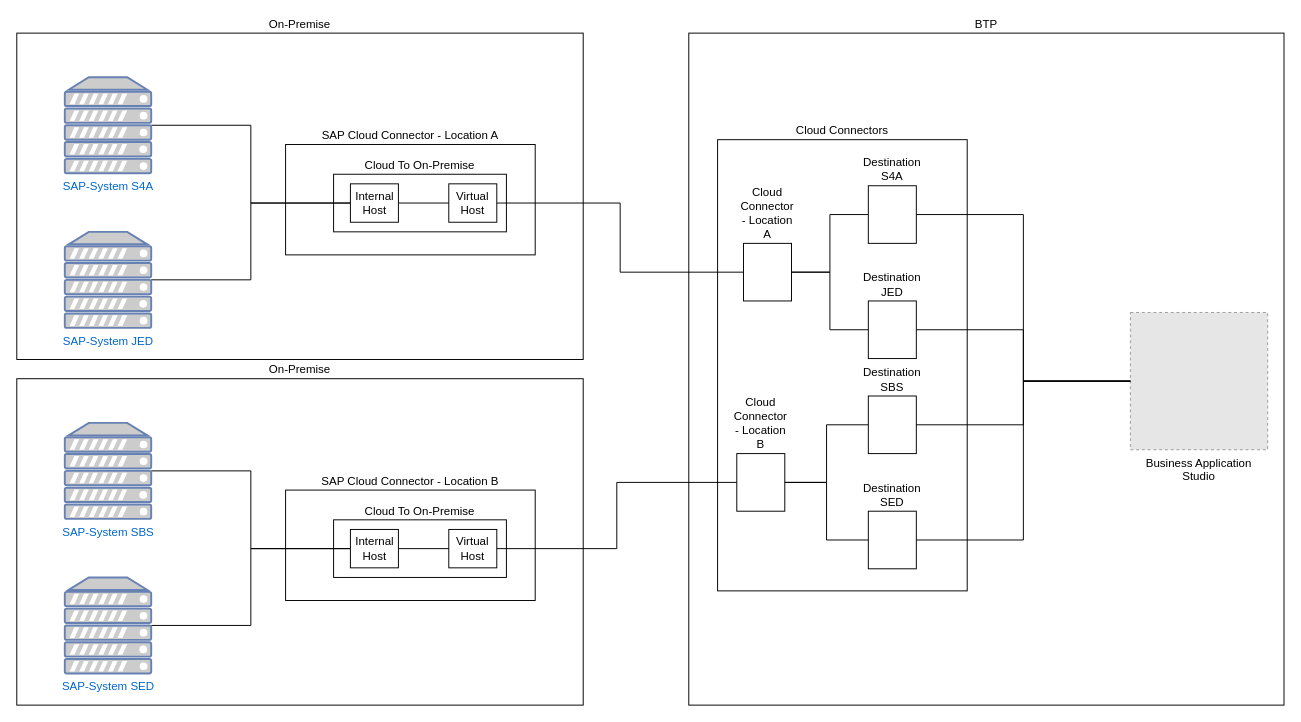
Above: demo/BTP On-Premise Architecture.drawio in lboehm/drawio (draw.io), before the change. Source tidied: cells renumbered, new cells numbered last; positions are measured from the earlier drawing's top-left corner, leaving out a move shared by most shapes. Both pictures are drawn from the tidied source at 96%, with x=0, y=0 at pixel (16, 33). Pictures stored in the file or linked from it are replaced by grey dashed boxes.
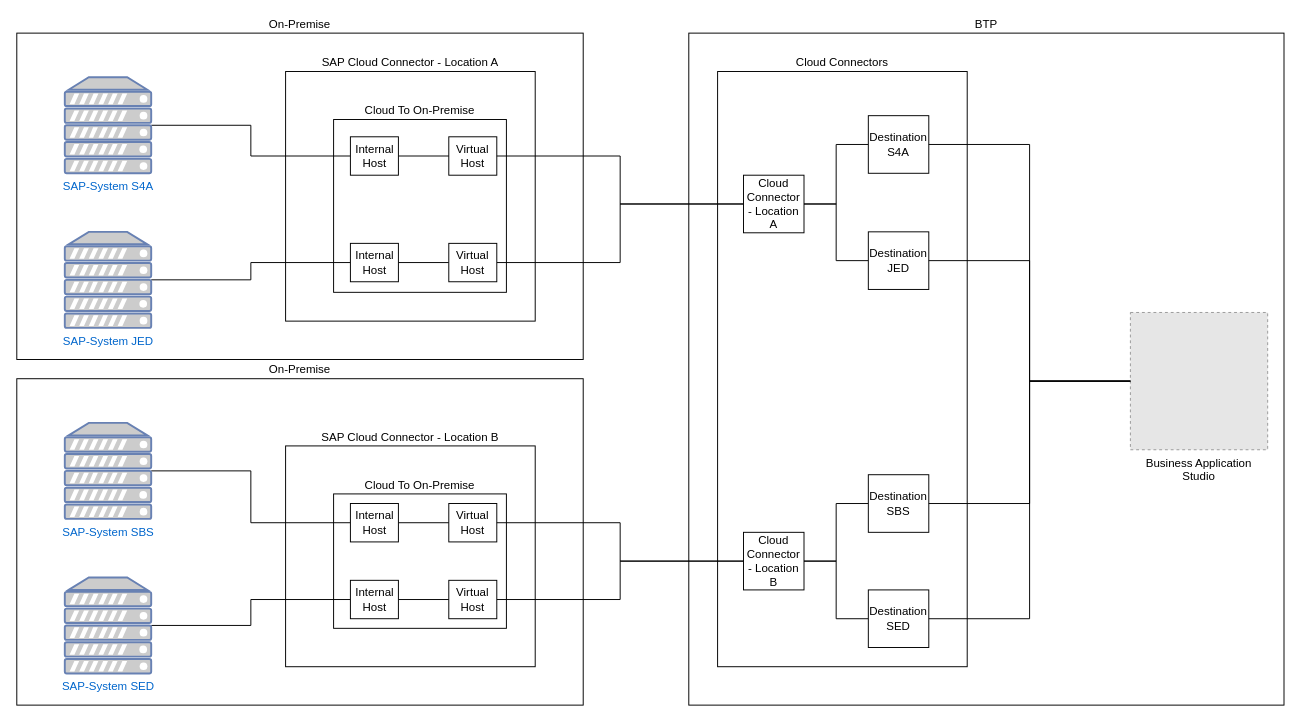
After the change.

Unchanged cells that the change refers to:
```xml
<mxCell id="18" value="SAP-System JED" style="fontColor=#0066CC;verticalAlign=top;verticalLabelPosition=bottom;labelPosition=center;align=center;html=1;outlineConnect=0;fillColor=#CCCCCC;strokeColor=#6881B3;gradientColor=none;gradientDirection=north;strokeWidth=2;shape=mxgraph.networks.server;" parent="1" vertex="1">
  <mxGeometry x="50" y="207" width="90" height="100" as="geometry" />
</mxCell>
<mxCell id="28" value="SAP-System SED" style="fontColor=#0066CC;verticalAlign=top;verticalLabelPosition=bottom;labelPosition=center;align=center;html=1;outlineConnect=0;fillColor=#CCCCCC;strokeColor=#6881B3;gradientColor=none;gradientDirection=north;strokeWidth=2;shape=mxgraph.networks.server;" parent="1" vertex="1">
  <mxGeometry x="50" y="567" width="90" height="100" as="geometry" />
</mxCell>
```

What changed in the source:
```diff
@@
     <mxCell id="5" value="SAP Cloud Connector - Location A" style="rounded=0;whiteSpace=wrap;html=1;labelPosition=center;verticalLabelPosition=top;align=center;verticalAlign=bottom;" parent="1" vertex="1">
-      <mxGeometry x="280" y="116" width="260" height="115" as="geometry" />
+      <mxGeometry x="280" y="40" width="260" height="260" as="geometry" />
     </mxCell>
     <mxCell id="6" value="Cloud To On-Premise" style="rounded=0;whiteSpace=wrap;html=1;labelPosition=center;verticalLabelPosition=top;align=center;verticalAlign=bottom;" parent="1" vertex="1">
-      <mxGeometry x="330" y="147" width="180" height="60" as="geometry" />
+      <mxGeometry x="330" y="90" width="180" height="180" as="geometry" />
     </mxCell>
     <mxCell id="7" value="Virtual Host" style="rounded=0;whiteSpace=wrap;html=1;" parent="1" vertex="1">
-      <mxGeometry x="450" y="157" width="50" height="40" as="geometry" />
+      <mxGeometry x="450" y="108" width="50" height="40" as="geometry" />
     </mxCell>
@@
-    <mxCell id="10" style="edgeStyle=orthogonalEdgeStyle;rounded=0;jettySize=auto;html=1;endArrow=none;endFill=0;entryX=1;entryY=0.5;entryDx=0;entryDy=0;entryPerimeter=0;" parent="1" edge="1" source="11" target="18">
+    <mxCell id="10" style="edgeStyle=orthogonalEdgeStyle;rounded=0;jettySize=auto;html=1;endArrow=none;endFill=0;entryX=1;entryY=0.5;entryDx=0;entryDy=0;entryPerimeter=0;" parent="1" edge="1" source="45" target="18">
       <mxGeometry relative="1" as="geometry" />
     </mxCell>
     <mxCell id="11" value="Internal Host" style="rounded=0;whiteSpace=wrap;html=1;" parent="1" vertex="1">
-      <mxGeometry x="347.5" y="157" width="50" height="40" as="geometry" />
+      <mxGeometry x="347.5" y="108" width="50" height="40" as="geometry" />
     </mxCell>
@@
     <mxCell id="13" value="Cloud Connectors" style="rounded=0;whiteSpace=wrap;html=1;labelPosition=center;verticalLabelPosition=top;align=center;verticalAlign=bottom;" parent="1" vertex="1">
-      <mxGeometry x="730" y="111" width="260" height="470" as="geometry" />
+      <mxGeometry x="730" y="40" width="260" height="620" as="geometry" />
     </mxCell>
@@
+    <mxCell id="41" style="edgeStyle=orthogonalEdgeStyle;rounded=0;jettySize=auto;html=1;entryX=1;entryY=0.5;entryDx=0;entryDy=0;endArrow=none;endFill=0;" parent="1" edge="1" source="15" target="44">
+      <mxGeometry relative="1" as="geometry" />
+    </mxCell>
-    <mxCell id="15" value="Cloud Connector - Location A" style="rounded=0;whiteSpace=wrap;html=1;labelPosition=center;verticalLabelPosition=top;align=center;verticalAlign=bottom;" parent="1" vertex="1">
-      <mxGeometry x="757" y="219" width="50" height="60" as="geometry" />
+    <mxCell id="15" value="Cloud Connector - Location A" style="rounded=0;whiteSpace=wrap;html=1;labelPosition=center;verticalLabelPosition=middle;align=center;verticalAlign=middle;" parent="1" vertex="1">
+      <mxGeometry x="757" y="148" width="63" height="60" as="geometry" />
     </mxCell>
@@
-    <mxCell id="17" value="Destination S4A" style="rounded=0;whiteSpace=wrap;html=1;labelPosition=center;verticalLabelPosition=top;align=center;verticalAlign=bottom;" parent="1" vertex="1">
-      <mxGeometry x="887" y="159" width="50" height="60" as="geometry" />
+    <mxCell id="17" value="Destination S4A" style="rounded=0;whiteSpace=wrap;html=1;labelPosition=center;verticalLabelPosition=middle;align=center;verticalAlign=middle;" parent="1" vertex="1">
+      <mxGeometry x="887" y="86" width="63" height="60" as="geometry" />
     </mxCell>
@@
     <mxCell id="20" value="SAP Cloud Connector - Location B" style="rounded=0;whiteSpace=wrap;html=1;labelPosition=center;verticalLabelPosition=top;align=center;verticalAlign=bottom;" parent="1" vertex="1">
-      <mxGeometry x="280" y="476" width="260" height="115" as="geometry" />
+      <mxGeometry x="280" y="430" width="260" height="230" as="geometry" />
     </mxCell>
     <mxCell id="21" value="Cloud To On-Premise" style="rounded=0;whiteSpace=wrap;html=1;labelPosition=center;verticalLabelPosition=top;align=center;verticalAlign=bottom;" parent="1" vertex="1">
-      <mxGeometry x="330" y="507" width="180" height="60" as="geometry" />
+      <mxGeometry x="330" y="480" width="180" height="140" as="geometry" />
     </mxCell>
     <mxCell id="22" value="Virtual Host" style="rounded=0;whiteSpace=wrap;html=1;" parent="1" vertex="1">
-      <mxGeometry x="450" y="517" width="50" height="40" as="geometry" />
+      <mxGeometry x="450" y="490" width="50" height="40" as="geometry" />
     </mxCell>
@@
-    <mxCell id="25" style="edgeStyle=orthogonalEdgeStyle;rounded=0;jettySize=auto;html=1;endArrow=none;endFill=0;entryX=1;entryY=0.5;entryDx=0;entryDy=0;entryPerimeter=0;" parent="1" edge="1" source="26" target="28">
+    <mxCell id="25" style="edgeStyle=orthogonalEdgeStyle;rounded=0;jettySize=auto;html=1;endArrow=none;endFill=0;entryX=1;entryY=0.5;entryDx=0;entryDy=0;entryPerimeter=0;exitX=0;exitY=0.5;exitDx=0;exitDy=0;" parent="1" edge="1" source="48" target="28">
       <mxGeometry relative="1" as="geometry" />
     </mxCell>
     <mxCell id="26" value="Internal Host" style="rounded=0;whiteSpace=wrap;html=1;" parent="1" vertex="1">
-      <mxGeometry x="347.5" y="517" width="50" height="40" as="geometry" />
+      <mxGeometry x="347.5" y="490" width="50" height="40" as="geometry" />
     </mxCell>
@@
+    <mxCell id="42" style="edgeStyle=orthogonalEdgeStyle;rounded=0;jettySize=auto;html=1;entryX=1;entryY=0.5;entryDx=0;entryDy=0;endArrow=none;endFill=0;" parent="1" edge="1" source="32" target="46">
+      <mxGeometry relative="1" as="geometry" />
+    </mxCell>
-    <mxCell id="32" value="Cloud Connector - Location B" style="rounded=0;whiteSpace=wrap;html=1;labelPosition=center;verticalLabelPosition=top;align=center;verticalAlign=bottom;" parent="1" vertex="1">
-      <mxGeometry x="750" y="438" width="50" height="60" as="geometry" />
+    <mxCell id="32" value="Cloud Connector - Location B" style="rounded=0;whiteSpace=wrap;html=1;labelPosition=center;verticalLabelPosition=middle;align=center;verticalAlign=middle;" parent="1" vertex="1">
+      <mxGeometry x="757" y="520" width="63" height="60" as="geometry" />
     </mxCell>
@@
-    <mxCell id="34" value="Destination JED" style="rounded=0;whiteSpace=wrap;html=1;labelPosition=center;verticalLabelPosition=top;align=center;verticalAlign=bottom;" parent="1" vertex="1">
-      <mxGeometry x="887" y="279" width="50" height="60" as="geometry" />
+    <mxCell id="34" value="Destination JED" style="rounded=0;whiteSpace=wrap;html=1;labelPosition=center;verticalLabelPosition=middle;align=center;verticalAlign=middle;" parent="1" vertex="1">
+      <mxGeometry x="887" y="207" width="63" height="60" as="geometry" />
     </mxCell>
-    <mxCell id="35" value="Destination SBS" style="rounded=0;whiteSpace=wrap;html=1;labelPosition=center;verticalLabelPosition=top;align=center;verticalAlign=bottom;" parent="1" vertex="1">
-      <mxGeometry x="887" y="378" width="50" height="60" as="geometry" />
+    <mxCell id="35" value="Destination SBS" style="rounded=0;whiteSpace=wrap;html=1;labelPosition=center;verticalLabelPosition=middle;align=center;verticalAlign=middle;" parent="1" vertex="1">
+      <mxGeometry x="887" y="460" width="63" height="60" as="geometry" />
     </mxCell>
-    <mxCell id="36" value="Destination SED" style="rounded=0;whiteSpace=wrap;html=1;labelPosition=center;verticalLabelPosition=top;align=center;verticalAlign=bottom;" parent="1" vertex="1">
-      <mxGeometry x="887" y="498" width="50" height="60" as="geometry" />
+    <mxCell id="36" value="Destination SED" style="rounded=0;whiteSpace=wrap;html=1;labelPosition=center;verticalLabelPosition=middle;align=center;verticalAlign=middle;" parent="1" vertex="1">
+      <mxGeometry x="887" y="580" width="63" height="60" as="geometry" />
     </mxCell>
@@
+    <mxCell id="43" style="edgeStyle=orthogonalEdgeStyle;rounded=0;jettySize=auto;html=1;endArrow=none;endFill=0;" parent="1" edge="1" source="44" target="45">
+      <mxGeometry relative="1" as="geometry" />
+    </mxCell>
+    <mxCell id="44" value="Virtual Host" style="rounded=0;whiteSpace=wrap;html=1;" parent="1" vertex="1">
+      <mxGeometry x="450" y="219" width="50" height="40" as="geometry" />
+    </mxCell>
+    <mxCell id="45" value="Internal Host" style="rounded=0;whiteSpace=wrap;html=1;" parent="1" vertex="1">
+      <mxGeometry x="347.5" y="219" width="50" height="40" as="geometry" />
+    </mxCell>
+    <mxCell id="46" value="Virtual Host" style="rounded=0;whiteSpace=wrap;html=1;" parent="1" vertex="1">
+      <mxGeometry x="450" y="570" width="50" height="40" as="geometry" />
+    </mxCell>
+    <mxCell id="47" style="edgeStyle=orthogonalEdgeStyle;rounded=0;jettySize=auto;html=1;endArrow=none;endFill=0;" parent="1" edge="1" source="48" target="46">
+      <mxGeometry relative="1" as="geometry" />
+    </mxCell>
+    <mxCell id="48" value="Internal Host" style="rounded=0;whiteSpace=wrap;html=1;" parent="1" vertex="1">
+      <mxGeometry x="347.5" y="570" width="50" height="40" as="geometry" />
+    </mxCell>
```
